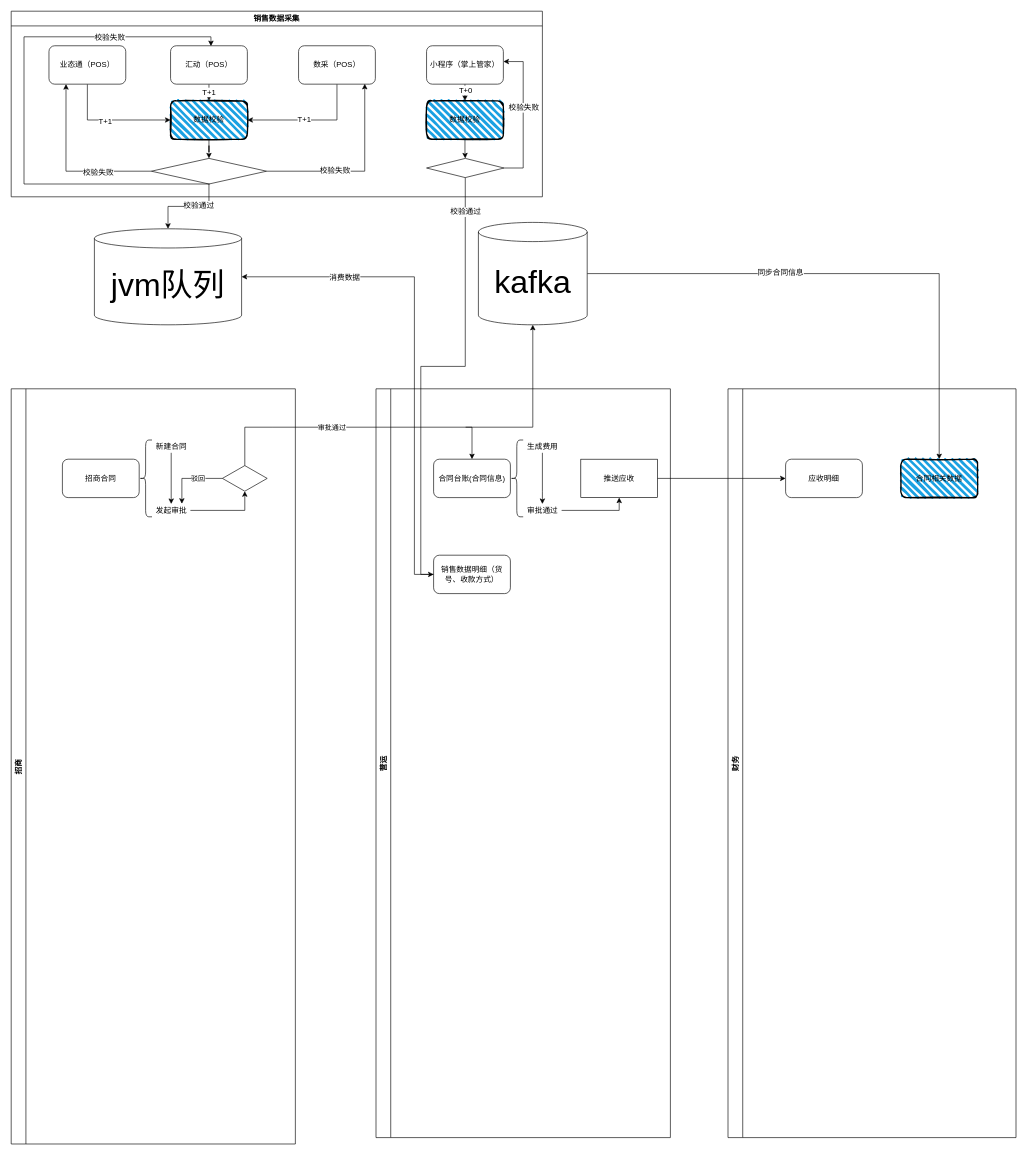
Earlier version of the draw.io diagram Untitled Diagram.drawio (lanrenspace/elementui-admin-template). Source tidied: cells renumbered, new cells numbered last; positions are measured from the earlier drawing's top-left corner, leaving out a move shared by most shapes. Both pictures are drawn from the tidied source at 64%, with x=0, y=0 at pixel (11, 11).
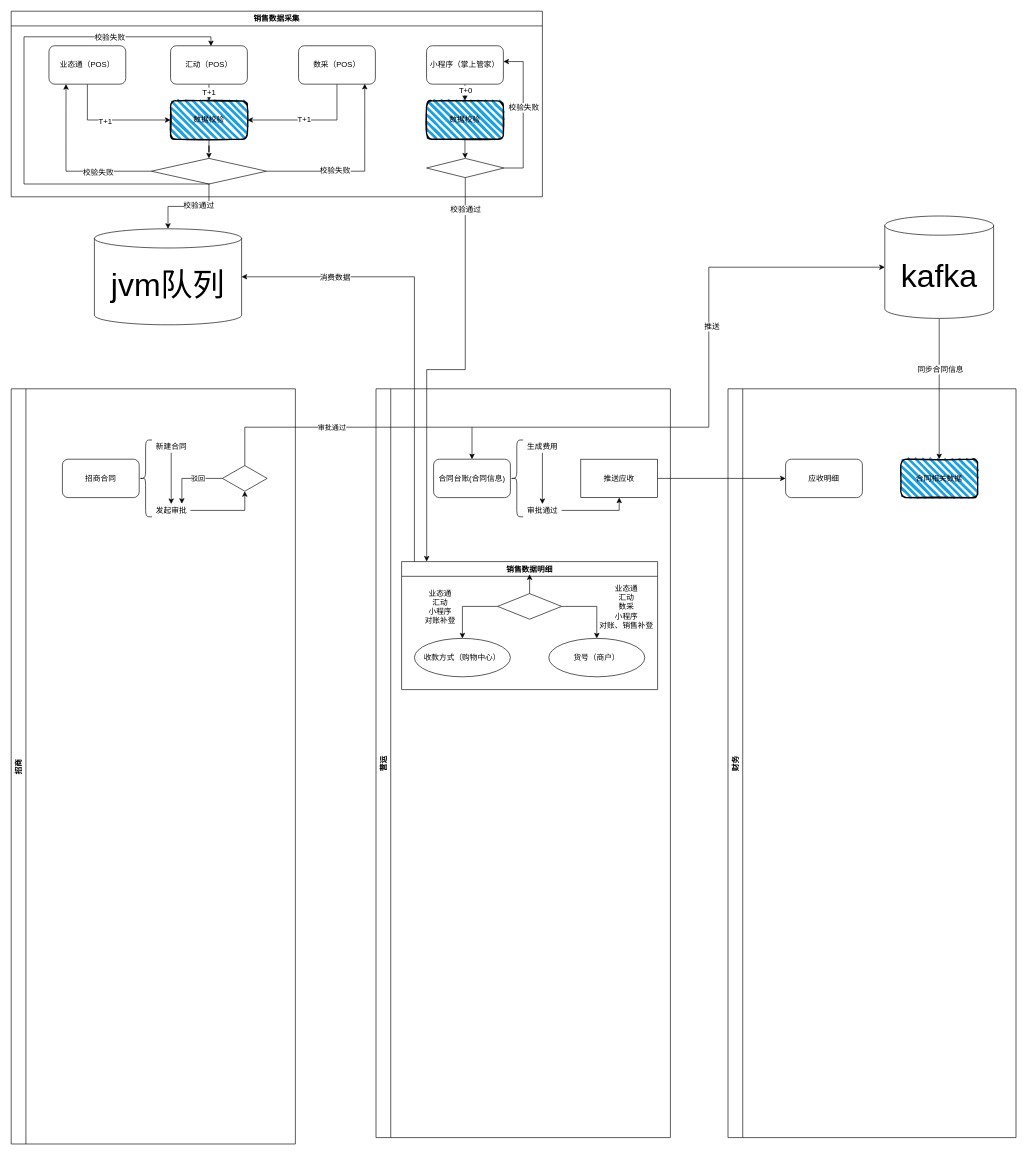
Above is the later version.

Commit message:
销售数据流转

The change refers to these unchanged cells:
```xml
<mxCell id="12" value="营运" style="swimlane;horizontal=0;startSize=23;" parent="1" vertex="1">
  <mxGeometry x="570" y="590" width="460" height="1170" as="geometry" />
</mxCell>
<mxCell id="56" style="rhombus;whiteSpace=wrap;html=1;fontSize=12;" parent="31" vertex="1">
  <mxGeometry x="649" y="230" width="121" height="30" as="geometry" />
</mxCell>
<mxCell id="57" value="jvm队列" style="shape=cylinder3;whiteSpace=wrap;html=1;boundedLbl=1;backgroundOutline=1;size=15;fontSize=50;" parent="1" vertex="1">
  <mxGeometry x="130" y="340" width="230" height="150" as="geometry" />
</mxCell>
```

The edit, as a diff of the source:
```diff
@@
     <mxCell id="20" style="edgeStyle=segmentEdgeStyle;endArrow=classic;html=1;rounded=0;fontSize=50;" parent="12" edge="1" target="30">
       <mxGeometry relative="1" as="geometry">
-        <mxPoint x="140" y="60" as="sourcePoint" />
+        <mxPoint x="150" y="60" as="sourcePoint" />
         <Array as="points">
-          <mxPoint x="245" y="60" />
+          <mxPoint x="520" y="60" />
+          <mxPoint x="520" y="-190" />
         </Array>
       </mxGeometry>
     </mxCell>
-    <mxCell id="21" value="销售数据明细（货号、收款方式）" style="rounded=1;whiteSpace=wrap;html=1;fontSize=12;" parent="12" vertex="1">
-      <mxGeometry x="90" y="260" width="120" height="60" as="geometry" />
-    </mxCell>
+    <mxCell id="64" value="推送" style="edgeLabel;html=1;align=center;verticalAlign=middle;fontSize=12;" parent="20" vertex="1">
+      <mxGeometry x="0.18" y="-4" relative="1" as="geometry" />
+    </mxCell>
+    <mxCell id="65" value="销售数据明细" style="swimlane;fontSize=12;" parent="12" vertex="1">
+      <mxGeometry x="40" y="270" width="400" height="200" as="geometry" />
+    </mxCell>
+    <mxCell id="66" value="收款方式（购物中心）" style="ellipse;whiteSpace=wrap;html=1;fontSize=12;" parent="65" vertex="1">
+      <mxGeometry x="20" y="120" width="150" height="60" as="geometry" />
+    </mxCell>
+    <mxCell id="67" value="货号（商户）" style="ellipse;whiteSpace=wrap;html=1;fontSize=12;" parent="65" vertex="1">
+      <mxGeometry x="230" y="120" width="150" height="60" as="geometry" />
+    </mxCell>
+    <mxCell id="68" style="edgeStyle=orthogonalEdgeStyle;rounded=0;jettySize=auto;html=1;exitX=0;exitY=0.5;exitDx=0;exitDy=0;entryX=0.5;entryY=0;entryDx=0;entryDy=0;fontSize=12;" parent="65" edge="1" source="72" target="66">
+      <mxGeometry relative="1" as="geometry">
+        <Array as="points">
+          <mxPoint x="95" y="70" />
+        </Array>
+      </mxGeometry>
+    </mxCell>
+    <mxCell id="69" value="业态通&lt;br&gt;汇动&lt;br&gt;小程序&lt;br&gt;对账补登" style="edgeLabel;html=1;align=center;verticalAlign=middle;fontSize=12;" parent="68" vertex="1">
+      <mxGeometry x="-0.38" relative="1" as="geometry">
+        <mxPoint x="-58" as="offset" />
+      </mxGeometry>
+    </mxCell>
+    <mxCell id="70" style="edgeStyle=orthogonalEdgeStyle;rounded=0;jettySize=auto;html=1;exitX=1;exitY=0.5;exitDx=0;exitDy=0;entryX=0.5;entryY=0;entryDx=0;entryDy=0;fontSize=12;" parent="65" edge="1" source="72" target="67">
+      <mxGeometry relative="1" as="geometry" />
+    </mxCell>
+    <mxCell id="71" value="业态通&lt;br&gt;汇动&lt;br&gt;数采&lt;br&gt;小程序&lt;br&gt;对账、销售补登" style="edgeLabel;html=1;align=center;verticalAlign=middle;fontSize=12;" parent="70" vertex="1">
+      <mxGeometry x="-0.2" y="1" relative="1" as="geometry">
+        <mxPoint x="58" y="1" as="offset" />
+      </mxGeometry>
+    </mxCell>
+    <mxCell id="72" style="rhombus;whiteSpace=wrap;html=1;fontSize=12;" parent="65" vertex="1">
+      <mxGeometry x="150" y="50" width="100" height="40" as="geometry" />
+    </mxCell>
@@
     <mxCell id="30" value="kafka" style="shape=cylinder3;whiteSpace=wrap;html=1;boundedLbl=1;backgroundOutline=1;size=15;fontSize=50;" parent="1" vertex="1">
-      <mxGeometry x="730" y="330" width="170" height="160" as="geometry" />
+      <mxGeometry x="1365" y="320" width="170" height="160" as="geometry" />
     </mxCell>
@@
-    <mxCell id="60" style="edgeStyle=orthogonalEdgeStyle;rounded=0;jettySize=auto;html=1;entryX=1;entryY=0.5;entryDx=0;entryDy=0;entryPerimeter=0;fontSize=12;" parent="1" edge="1" source="21" target="57">
+    <mxCell id="60" style="edgeStyle=orthogonalEdgeStyle;rounded=0;jettySize=auto;html=1;entryX=1;entryY=0.5;entryDx=0;entryDy=0;entryPerimeter=0;fontSize=12;" parent="1" edge="1" source="65" target="57">
       <mxGeometry relative="1" as="geometry">
         <Array as="points">
-          <mxPoint x="630" y="880" />
           <mxPoint x="630" y="415" />
         </Array>
       </mxGeometry>
     </mxCell>
@@
-    <mxCell id="62" style="edgeStyle=orthogonalEdgeStyle;rounded=0;jettySize=auto;html=1;exitX=0.5;exitY=1;exitDx=0;exitDy=0;entryX=0;entryY=0.5;entryDx=0;entryDy=0;fontSize=12;" parent="1" edge="1" source="56" target="21">
+    <mxCell id="62" style="edgeStyle=orthogonalEdgeStyle;rounded=0;jettySize=auto;html=1;exitX=0.5;exitY=1;exitDx=0;exitDy=0;fontSize=12;entryX=0.098;entryY=-0.001;entryDx=0;entryDy=0;entryPerimeter=0;" parent="1" edge="1" source="56" target="65">
       <mxGeometry relative="1" as="geometry" />
     </mxCell>
@@
+    <mxCell id="73" style="edgeStyle=orthogonalEdgeStyle;rounded=0;jettySize=auto;html=1;fontSize=12;" parent="1" edge="1" source="72">
+      <mxGeometry relative="1" as="geometry">
+        <mxPoint x="810" y="880" as="targetPoint" />
+        <Array as="points">
+          <mxPoint x="810" y="890" />
+          <mxPoint x="810" y="890" />
+        </Array>
+      </mxGeometry>
+    </mxCell>
```
